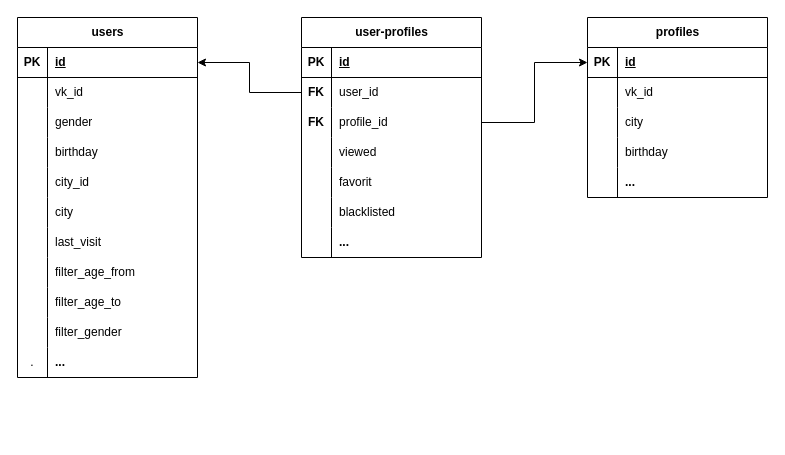
PsyTim/adpy-team-diplom keeps this draw.io diagram as DB/graph.drawio. Above is the earlier version. Source tidied: cells renumbered, new cells numbered last; positions are measured from the earlier drawing's top-left corner, leaving out a move shared by most shapes. Both pictures are drawn from the tidied source at 100%, with x=0, y=0 at pixel (17, 17).
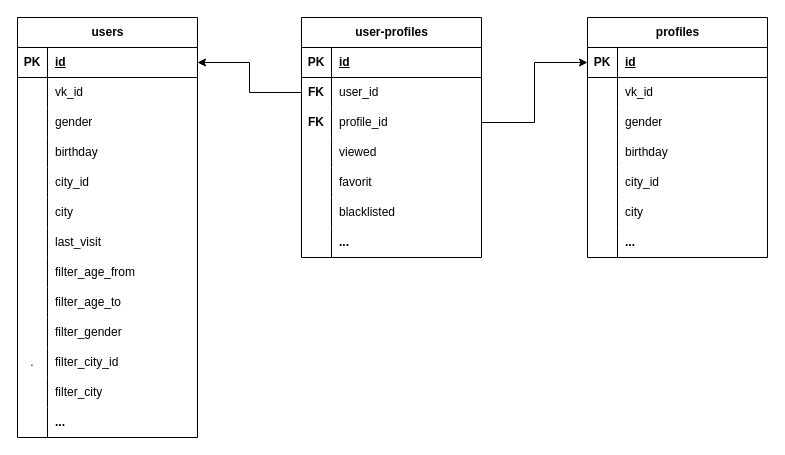
The same page after the edit.

The change refers to these unchanged cells:
```xml
<mxCell id="33" style="shape=tableRow;horizontal=0;startSize=0;swimlaneHead=0;swimlaneBody=0;fillColor=none;top=0;left=0;right=0;bottom=0;" parent="2" vertex="1">
  <mxGeometry y="330" width="180" height="30" as="geometry" />
</mxCell>
```

What changed in the source:
```diff
@@
     <mxCell id="2" value="users" style="shape=table;startSize=30;childLayout=tableLayout;rowLines=0;fontStyle=1;align=center;html=1;" parent="1" vertex="1">
-      <mxGeometry width="180" height="360" as="geometry" />
+      <mxGeometry width="180" height="420" as="geometry" />
     </mxCell>
@@
-    <mxCell id="35" value="&lt;b&gt;...&lt;/b&gt;" style="shape=partialRectangle;fillColor=none;top=0;left=0;bottom=0;right=0;align=left;spacingLeft=6;overflow=hidden;whiteSpace=wrap;html=1;" parent="33" vertex="1">
+    <mxCell id="35" value="filter_city_id" style="shape=partialRectangle;fillColor=none;top=0;left=0;bottom=0;right=0;align=left;spacingLeft=6;overflow=hidden;whiteSpace=wrap;html=1;" parent="33" vertex="1">
       <mxGeometry x="30" width="150" height="30" as="geometry" />
     </mxCell>
+    <mxCell id="76" style="shape=tableRow;horizontal=0;startSize=0;swimlaneHead=0;swimlaneBody=0;fillColor=none;top=0;left=0;right=0;bottom=0;" parent="2" vertex="1">
+      <mxGeometry y="360" width="180" height="30" as="geometry" />
+    </mxCell>
+    <mxCell id="77" style="shape=partialRectangle;fillColor=none;top=0;left=0;bottom=0;right=0;overflow=hidden;whiteSpace=wrap;html=1;" parent="76" vertex="1">
+      <mxGeometry width="30" height="30" as="geometry" />
+    </mxCell>
+    <mxCell id="78" value="filter_city" style="shape=partialRectangle;fillColor=none;top=0;left=0;bottom=0;right=0;align=left;spacingLeft=6;overflow=hidden;whiteSpace=wrap;html=1;" parent="76" vertex="1">
+      <mxGeometry x="30" width="150" height="30" as="geometry" />
+    </mxCell>
+    <mxCell id="79" style="shape=tableRow;horizontal=0;startSize=0;swimlaneHead=0;swimlaneBody=0;fillColor=none;top=0;left=0;right=0;bottom=0;" parent="2" vertex="1">
+      <mxGeometry y="390" width="180" height="30" as="geometry" />
+    </mxCell>
+    <mxCell id="80" style="shape=partialRectangle;fillColor=none;top=0;left=0;bottom=0;right=0;overflow=hidden;whiteSpace=wrap;html=1;" parent="79" vertex="1">
+      <mxGeometry width="30" height="30" as="geometry" />
+    </mxCell>
+    <mxCell id="81" value="&lt;b&gt;...&lt;/b&gt;" style="shape=partialRectangle;fillColor=none;top=0;left=0;bottom=0;right=0;align=left;spacingLeft=6;overflow=hidden;whiteSpace=wrap;html=1;" parent="79" vertex="1">
+      <mxGeometry x="30" width="150" height="30" as="geometry" />
+    </mxCell>
     <mxCell id="36" value="profiles" style="shape=table;startSize=30;childLayout=tableLayout;rowLines=0;fontStyle=1;align=center;html=1;" parent="1" vertex="1">
-      <mxGeometry x="570" width="180" height="180" as="geometry" />
+      <mxGeometry x="570" width="180" height="240" as="geometry" />
     </mxCell>
@@
-    <mxCell id="43" style="shape=tableRow;horizontal=0;startSize=0;swimlaneHead=0;swimlaneBody=0;fillColor=none;top=0;left=0;right=0;bottom=0;" parent="36" vertex="1">
-      <mxGeometry y="90" width="180" height="30" as="geometry" />
-    </mxCell>
-    <mxCell id="44" style="shape=partialRectangle;fillColor=none;top=0;left=0;bottom=0;right=0;overflow=hidden;whiteSpace=wrap;html=1;" parent="43" vertex="1">
-      <mxGeometry width="30" height="30" as="geometry" />
-    </mxCell>
-    <mxCell id="45" value="city" style="shape=partialRectangle;fillColor=none;top=0;left=0;bottom=0;right=0;align=left;spacingLeft=6;overflow=hidden;whiteSpace=wrap;html=1;" parent="43" vertex="1">
-      <mxGeometry x="30" width="150" height="30" as="geometry" />
-    </mxCell>
     <mxCell id="46" style="shape=tableRow;horizontal=0;startSize=0;swimlaneHead=0;swimlaneBody=0;fillColor=none;top=0;left=0;right=0;bottom=0;" parent="36" vertex="1">
-      <mxGeometry y="120" width="180" height="30" as="geometry" />
+      <mxGeometry y="90" width="180" height="30" as="geometry" />
     </mxCell>
@@
-    <mxCell id="48" value="birthday" style="shape=partialRectangle;fillColor=none;top=0;left=0;bottom=0;right=0;align=left;spacingLeft=6;overflow=hidden;whiteSpace=wrap;html=1;" parent="46" vertex="1">
+    <mxCell id="48" value="gender" style="shape=partialRectangle;fillColor=none;top=0;left=0;bottom=0;right=0;align=left;spacingLeft=6;overflow=hidden;whiteSpace=wrap;html=1;" parent="46" vertex="1">
       <mxGeometry x="30" width="150" height="30" as="geometry" />
     </mxCell>
     <mxCell id="49" style="shape=tableRow;horizontal=0;startSize=0;swimlaneHead=0;swimlaneBody=0;fillColor=none;top=0;left=0;right=0;bottom=0;" parent="36" vertex="1">
-      <mxGeometry y="150" width="180" height="30" as="geometry" />
+      <mxGeometry y="120" width="180" height="30" as="geometry" />
     </mxCell>
@@
-    <mxCell id="51" value="&lt;b&gt;...&lt;/b&gt;" style="shape=partialRectangle;fillColor=none;top=0;left=0;bottom=0;right=0;align=left;spacingLeft=6;overflow=hidden;whiteSpace=wrap;html=1;" parent="49" vertex="1">
+    <mxCell id="51" value="birthday" style="shape=partialRectangle;fillColor=none;top=0;left=0;bottom=0;right=0;align=left;spacingLeft=6;overflow=hidden;whiteSpace=wrap;html=1;" parent="49" vertex="1">
       <mxGeometry x="30" width="150" height="30" as="geometry" />
     </mxCell>
+    <mxCell id="82" style="shape=tableRow;horizontal=0;startSize=0;swimlaneHead=0;swimlaneBody=0;fillColor=none;top=0;left=0;right=0;bottom=0;" parent="36" vertex="1">
+      <mxGeometry y="150" width="180" height="30" as="geometry" />
+    </mxCell>
+    <mxCell id="83" style="shape=partialRectangle;fillColor=none;top=0;left=0;bottom=0;right=0;overflow=hidden;whiteSpace=wrap;html=1;" parent="82" vertex="1">
+      <mxGeometry width="30" height="30" as="geometry" />
+    </mxCell>
+    <mxCell id="84" value="city_id" style="shape=partialRectangle;fillColor=none;top=0;left=0;bottom=0;right=0;align=left;spacingLeft=6;overflow=hidden;whiteSpace=wrap;html=1;" parent="82" vertex="1">
+      <mxGeometry x="30" width="150" height="30" as="geometry" />
+    </mxCell>
+    <mxCell id="85" style="shape=tableRow;horizontal=0;startSize=0;swimlaneHead=0;swimlaneBody=0;fillColor=none;top=0;left=0;right=0;bottom=0;" parent="36" vertex="1">
+      <mxGeometry y="180" width="180" height="30" as="geometry" />
+    </mxCell>
+    <mxCell id="86" style="shape=partialRectangle;fillColor=none;top=0;left=0;bottom=0;right=0;overflow=hidden;whiteSpace=wrap;html=1;" parent="85" vertex="1">
+      <mxGeometry width="30" height="30" as="geometry" />
+    </mxCell>
+    <mxCell id="45" value="city" style="shape=partialRectangle;fillColor=none;top=0;left=0;bottom=0;right=0;align=left;spacingLeft=6;overflow=hidden;whiteSpace=wrap;html=1;" parent="85" vertex="1">
+      <mxGeometry x="30" width="150" height="30" as="geometry" />
+    </mxCell>
+    <mxCell id="87" style="shape=tableRow;horizontal=0;startSize=0;swimlaneHead=0;swimlaneBody=0;fillColor=none;top=0;left=0;right=0;bottom=0;" parent="36" vertex="1">
+      <mxGeometry y="210" width="180" height="30" as="geometry" />
+    </mxCell>
+    <mxCell id="88" style="shape=partialRectangle;fillColor=none;top=0;left=0;bottom=0;right=0;overflow=hidden;whiteSpace=wrap;html=1;" parent="87" vertex="1">
+      <mxGeometry width="30" height="30" as="geometry" />
+    </mxCell>
+    <mxCell id="89" value="&lt;b&gt;...&lt;/b&gt;" style="shape=partialRectangle;fillColor=none;top=0;left=0;bottom=0;right=0;align=left;spacingLeft=6;overflow=hidden;whiteSpace=wrap;html=1;" parent="87" vertex="1">
+      <mxGeometry x="30" width="150" height="30" as="geometry" />
+    </mxCell>
```
